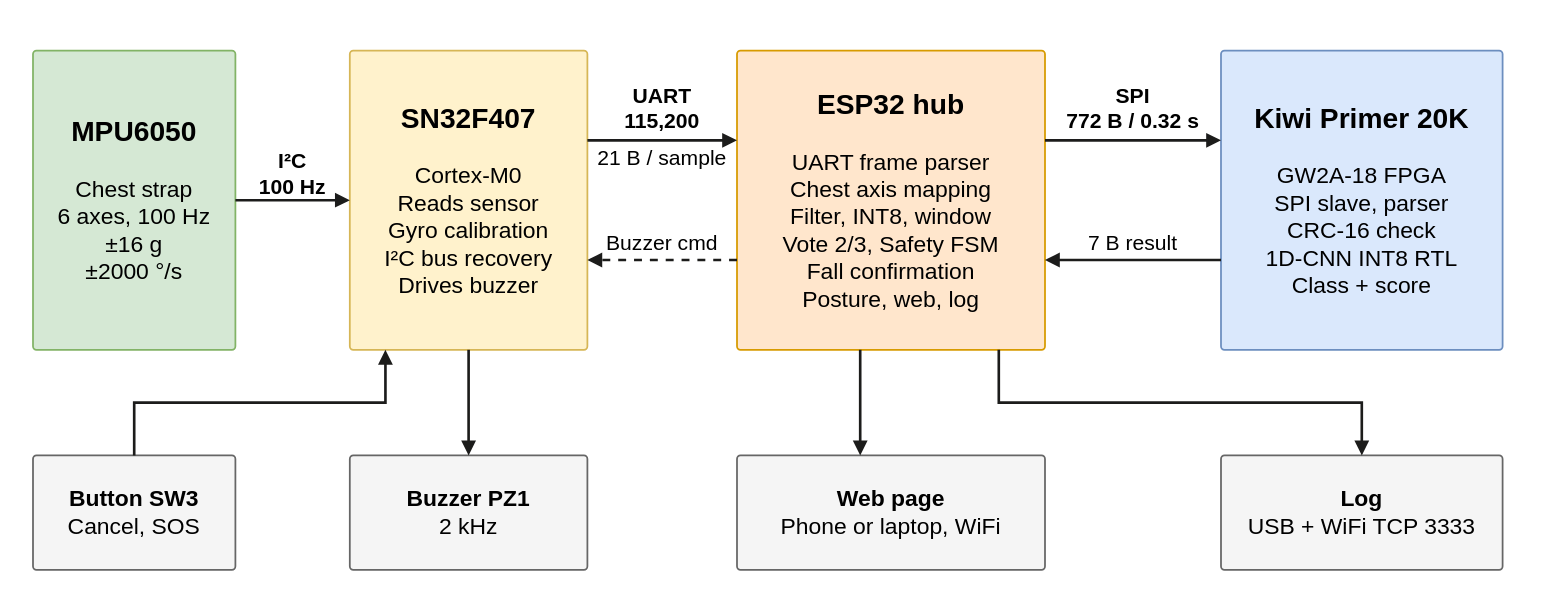
Above: docs/so_do_slide/1_system_architecture.drawio in danhle396/fpga2026gowin (draw.io), before the change. Source tidied: cells renumbered, new cells numbered last; positions are measured from the earlier drawing's top-left corner, leaving out a move shared by most shapes. Both pictures are drawn from the tidied source at 88%, with x=0, y=0 at pixel (15, 15).
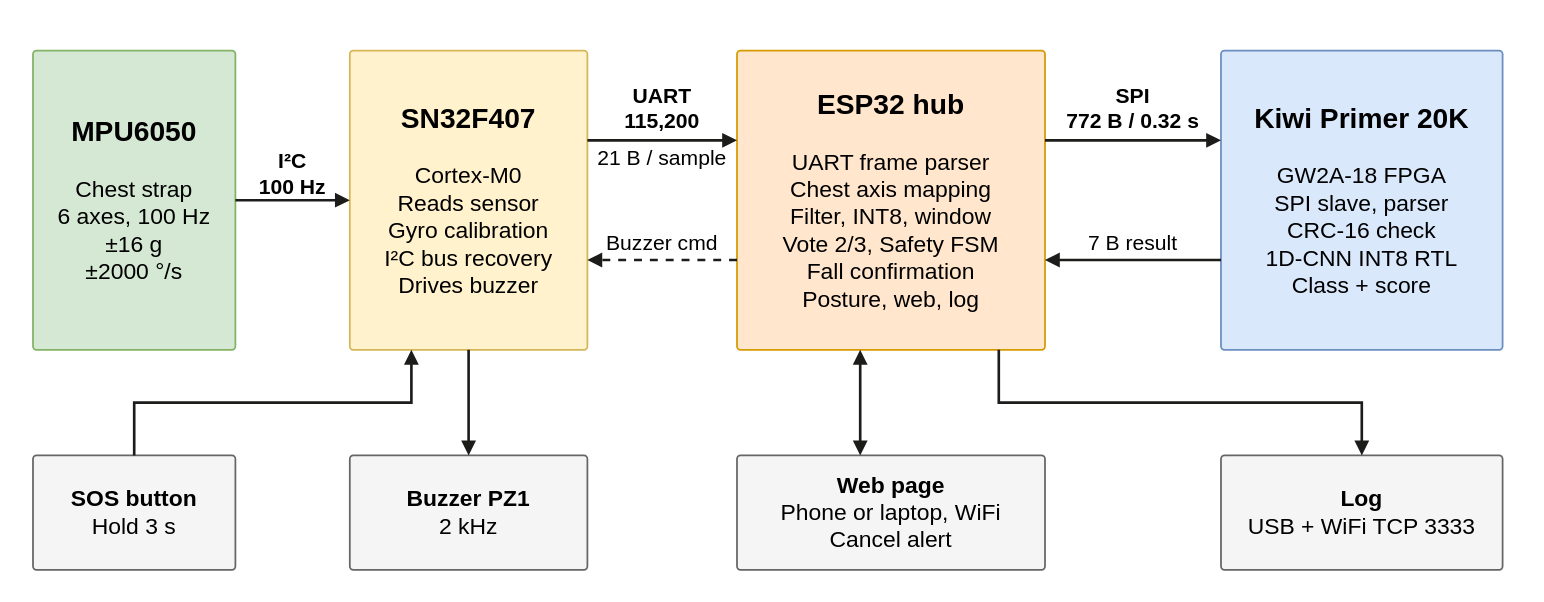
The same diagram, later.

Unchanged cells that the change refers to:
```xml
<mxCell id="4" value="&lt;b style='font-size:32px'&gt;SN32F407&lt;/b&gt;&lt;br&gt;&lt;br&gt;Cortex-M0&lt;br&gt;Reads sensor&lt;br&gt;Gyro calibration&lt;br&gt;I²C bus recovery&lt;br&gt;Drives buzzer" style="rounded=1;arcSize=8;absoluteArcSize=1;whiteSpace=wrap;html=1;strokeWidth=2;fontSize=26;fontColor=#000000;align=center;verticalAlign=middle;spacing=8;fontFamily=Helvetica;fillColor=#fff2cc;strokeColor=#d6b656;" parent="1" vertex="1">
  <mxGeometry x="380" y="40" width="270" height="340" as="geometry" />
</mxCell>
<mxCell id="5" value="&lt;b style='font-size:32px'&gt;ESP32 hub&lt;/b&gt;&lt;br&gt;&lt;br&gt;UART frame parser&lt;br&gt;Chest axis mapping&lt;br&gt;Filter, INT8, window&lt;br&gt;Vote 2/3, Safety FSM&lt;br&gt;Fall confirmation&lt;br&gt;Posture, web, log" style="rounded=1;arcSize=8;absoluteArcSize=1;whiteSpace=wrap;html=1;strokeWidth=2;fontSize=26;fontColor=#000000;align=center;verticalAlign=middle;spacing=8;fontFamily=Helvetica;fillColor=#ffe6cc;strokeColor=#d79b00;" parent="1" vertex="1">
  <mxGeometry x="820" y="40" width="350" height="340" as="geometry" />
</mxCell>
```

Diff of the diagram source:
```diff
@@
-    <mxCell id="18" value="&lt;b&gt;Button SW3&lt;/b&gt;&lt;br&gt;Cancel, SOS" style="rounded=1;arcSize=8;absoluteArcSize=1;whiteSpace=wrap;html=1;strokeWidth=2;fontSize=26;fontColor=#000000;align=center;verticalAlign=middle;spacing=8;fontFamily=Helvetica;fillColor=#f5f5f5;strokeColor=#666666;" parent="1" vertex="1">
-      <mxGeometry x="20" y="500" width="230" height="130" as="geometry" />
-    </mxCell>
@@
-    <mxCell id="20" value="&lt;b&gt;Web page&lt;/b&gt;&lt;br&gt;Phone or laptop, WiFi" style="rounded=1;arcSize=8;absoluteArcSize=1;whiteSpace=wrap;html=1;strokeWidth=2;fontSize=26;fontColor=#000000;align=center;verticalAlign=middle;spacing=8;fontFamily=Helvetica;fillColor=#f5f5f5;strokeColor=#666666;" parent="1" vertex="1">
+    <mxCell id="20" value="&lt;b&gt;Web page&lt;/b&gt;&lt;br&gt;Phone or laptop, WiFi&lt;br&gt;Cancel alert" style="rounded=1;arcSize=8;absoluteArcSize=1;whiteSpace=wrap;html=1;strokeWidth=2;fontSize=26;fontColor=#000000;align=center;verticalAlign=middle;spacing=8;fontFamily=Helvetica;fillColor=#f5f5f5;strokeColor=#666666;" parent="1" vertex="1">
       <mxGeometry x="820" y="500" width="350" height="130" as="geometry" />
     </mxCell>
@@
-    <mxCell id="22" style="edgeStyle=orthogonalEdgeStyle;html=1;rounded=0;strokeColor=#1c1c1b;strokeWidth=3;endArrow=block;endFill=1;endSize=9;exitX=0.5;exitY=0;exitDx=0;exitDy=0;entryX=0.15;entryY=1;entryDx=0;entryDy=0;" parent="1" edge="1" source="18" target="4">
-      <mxGeometry relative="1" as="geometry" />
-    </mxCell>
@@
-    <mxCell id="24" style="edgeStyle=none;html=1;rounded=0;strokeColor=#1c1c1b;strokeWidth=3;endArrow=block;endFill=1;endSize=9;exitX=0.4;exitY=1;exitDx=0;exitDy=0;entryX=0.4;entryY=0;entryDx=0;entryDy=0;" parent="1" edge="1" source="5" target="20">
+    <mxCell id="24" style="edgeStyle=none;html=1;rounded=0;strokeColor=#1c1c1b;strokeWidth=3;startArrow=block;startFill=1;startSize=9;endArrow=block;endFill=1;endSize=9;exitX=0.4;exitY=1;exitDx=0;exitDy=0;entryX=0.4;entryY=0;entryDx=0;entryDy=0;" parent="1" edge="1" source="5" target="20">
       <mxGeometry relative="1" as="geometry" />
     </mxCell>
@@
+    <mxCell id="26" value="&lt;b&gt;SOS button&lt;/b&gt;&lt;br&gt;Hold 3 s" style="rounded=1;arcSize=8;absoluteArcSize=1;whiteSpace=wrap;html=1;strokeWidth=2;fontSize=26;fontColor=#000000;align=center;verticalAlign=middle;spacing=8;fontFamily=Helvetica;fillColor=#f5f5f5;strokeColor=#666666;" parent="1" vertex="1">
+      <mxGeometry x="20" y="500" width="230" height="130" as="geometry" />
+    </mxCell>
+    <mxCell id="27" style="edgeStyle=orthogonalEdgeStyle;html=1;rounded=0;strokeColor=#1c1c1b;strokeWidth=3;endArrow=block;endFill=1;endSize=9;exitX=0.5;exitY=0;exitDx=0;exitDy=0;entryX=0.2593;entryY=1;entryDx=0;entryDy=0;" parent="1" edge="1" source="26" target="4">
+      <mxGeometry relative="1" as="geometry">
+        <Array as="points">
+          <mxPoint x="135" y="440" />
+          <mxPoint x="450" y="440" />
+        </Array>
+      </mxGeometry>
+    </mxCell>
```
